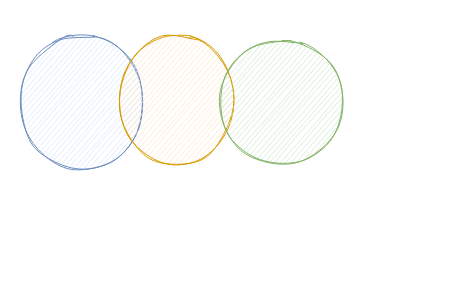
Before: orDiagram.drawio in NasTul/Diagrams, a draw.io diagram. Source tidied: cells renumbered, new cells numbered last; positions are measured from the earlier drawing's top-left corner, leaving out a move shared by most shapes. Both pictures are drawn from the tidied source at 100%, with x=0, y=0 at pixel (16, 37).
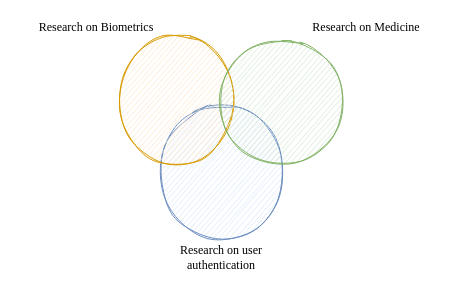
After the change.

Change to the diagram source:
```diff
@@
 <mxGraphModel>
   <root>
     <mxCell id="0" />
     <mxCell id="1" parent="0" />
     <mxCell id="2" style="ellipse;whiteSpace=wrap;html=1;fillColor=#dae8fc;strokeColor=#6c8ebf;shadow=0;sketch=1;" parent="1" vertex="1">
-      <mxGeometry width="130" height="130" as="geometry" />
+      <mxGeometry x="140" y="70" width="130" height="130" as="geometry" />
     </mxCell>
     <mxCell id="3" style="ellipse;whiteSpace=wrap;html=1;fillColor=#ffe6cc;strokeColor=#d79b00;sketch=1;" parent="1" vertex="1">
       <mxGeometry x="100" width="120" height="125" as="geometry" />
     </mxCell>
     <mxCell id="4" style="ellipse;whiteSpace=wrap;html=1;shadow=0;sketch=1;fillColor=#d5e8d4;strokeColor=#82b366;" parent="1" vertex="1">
       <mxGeometry x="200" width="130" height="130" as="geometry" />
     </mxCell>
+    <mxCell id="5" value="&lt;font face=&quot;Times New Roman&quot;&gt;Research on Biometrics&lt;/font&gt;" style="text;html=1;strokeColor=none;fillColor=none;align=center;verticalAlign=middle;whiteSpace=wrap;rounded=0;shadow=0;sketch=1;" parent="1" vertex="1">
+      <mxGeometry x="10" y="-20" width="140" height="20" as="geometry" />
+    </mxCell>
+    <mxCell id="6" value="&lt;font face=&quot;Times New Roman&quot;&gt;Research on&amp;nbsp;Medicine&lt;/font&gt;" style="text;html=1;strokeColor=none;fillColor=none;align=center;verticalAlign=middle;whiteSpace=wrap;rounded=0;shadow=0;sketch=1;" parent="1" vertex="1">
+      <mxGeometry x="280" y="-20" width="140" height="20" as="geometry" />
+    </mxCell>
+    <mxCell id="7" value="&lt;font face=&quot;Times New Roman&quot;&gt;Research on user authentication&lt;/font&gt;" style="text;html=1;strokeColor=none;fillColor=none;align=center;verticalAlign=middle;whiteSpace=wrap;rounded=0;shadow=0;sketch=1;" parent="1" vertex="1">
+      <mxGeometry x="135" y="210" width="140" height="20" as="geometry" />
+    </mxCell>
   </root>
 </mxGraphModel>
```
